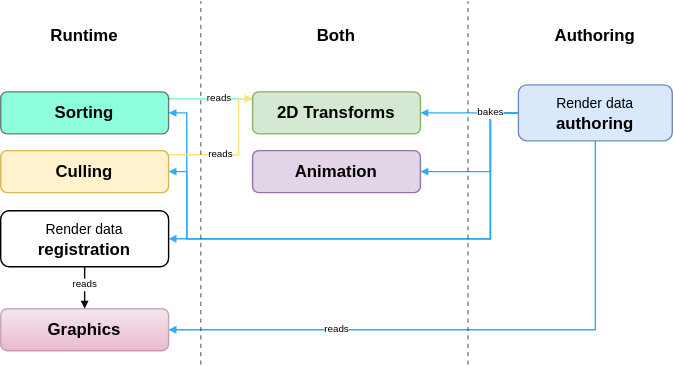
Before: About/NSprites-Foundation-Map.drawio.svg, a diagram exported from draw.io (Antoshidza/NSprites-Foundation). Source tidied: cells renumbered, new cells last; positions are measured from the earlier drawing's top-left corner, leaving out a move shared by most shapes.
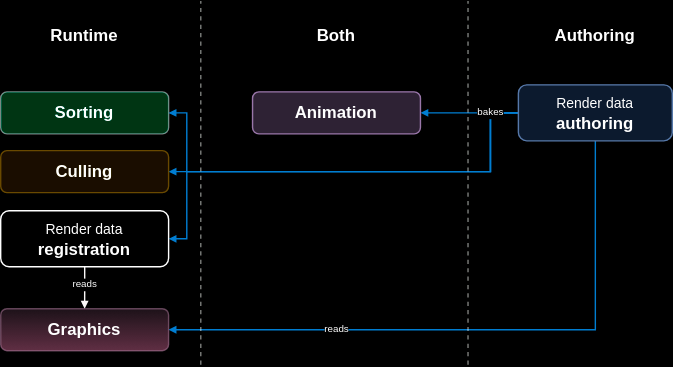
After the commit.

Change to the diagram source:
```diff
@@ -15,25 +15,17 @@
     <mxCell id="4" style="edgeStyle=orthogonalEdgeStyle;rounded=0;jettySize=auto;html=1;endArrow=block;endFill=1;endSize=3;strokeColor=#2EABFF;" parent="1" edge="1" source="10" target="20">
       <mxGeometry relative="1" as="geometry">
         <Array as="points">
-          <mxPoint x="350" y="80" />
-          <mxPoint x="350" y="122" />
+          <mxPoint x="280" y="80" />
+          <mxPoint x="280" y="80" />
         </Array>
       </mxGeometry>
     </mxCell>
-    <mxCell id="5" style="edgeStyle=orthogonalEdgeStyle;rounded=0;jettySize=auto;html=1;strokeColor=#2EABFF;endArrow=block;endFill=1;endSize=3;" parent="1" edge="1" source="10" target="21">
-      <mxGeometry relative="1" as="geometry">
-        <Array as="points">
-          <mxPoint x="340" y="80" />
-          <mxPoint x="340" y="80" />
-        </Array>
-      </mxGeometry>
-    </mxCell>
     <mxCell id="6" style="edgeStyle=orthogonalEdgeStyle;rounded=0;jettySize=auto;html=1;strokeColor=#2EABFF;endArrow=block;endFill=1;endSize=3;" parent="1" edge="1" source="10" target="16">
       <mxGeometry relative="1" as="geometry">
         <Array as="points">
           <mxPoint x="350" y="80" />
-          <mxPoint x="350" y="170" />
-          <mxPoint x="133" y="170" />
+          <mxPoint x="350" y="122" />
+          <mxPoint x="133" y="122" />
           <mxPoint x="133" y="80" />
         </Array>
       </mxGeometry>
@@ -42,9 +34,7 @@
       <mxGeometry relative="1" as="geometry">
         <Array as="points">
           <mxPoint x="350" y="80" />
-          <mxPoint x="350" y="170" />
-          <mxPoint x="133" y="170" />
-          <mxPoint x="133" y="122" />
+          <mxPoint x="350" y="122" />
         </Array>
       </mxGeometry>
     </mxCell>
@@ -52,7 +42,9 @@
       <mxGeometry relative="1" as="geometry">
         <Array as="points">
           <mxPoint x="350" y="80" />
-          <mxPoint x="350" y="170" />
+          <mxPoint x="350" y="122" />
+          <mxPoint x="133" y="122" />
+          <mxPoint x="133" y="170" />
         </Array>
       </mxGeometry>
     </mxCell>
@@ -73,44 +65,15 @@
     <mxCell id="13" value="&lt;font style=&quot;font-size: 10px;&quot;&gt;Render data &lt;/font&gt;&lt;b&gt;registration&lt;/b&gt;" style="rounded=1;whiteSpace=wrap;html=1;" parent="1" vertex="1">
       <mxGeometry y="150" width="120" height="40" as="geometry" />
     </mxCell>
-    <mxCell id="14" style="edgeStyle=orthogonalEdgeStyle;rounded=0;jettySize=auto;html=1;strokeColor=#5CFFCE;fontSize=7;endArrow=block;endFill=1;endSize=3;" parent="1" edge="1" source="16" target="21">
-      <mxGeometry relative="1" as="geometry">
-        <Array as="points">
-          <mxPoint x="150" y="70" />
-          <mxPoint x="150" y="70" />
-        </Array>
-      </mxGeometry>
-    </mxCell>
-    <mxCell id="15" value="reads" style="edgeLabel;html=1;align=center;verticalAlign=middle;fontSize=7;" parent="14" vertex="1">
-      <mxGeometry x="0.22" relative="1" as="geometry">
-        <mxPoint x="-1" as="offset" />
-      </mxGeometry>
-    </mxCell>
     <mxCell id="16" value="&lt;b&gt;Sorting&lt;/b&gt;" style="rounded=1;whiteSpace=wrap;html=1;fillColor=#1FFFBC;opacity=50;" parent="1" vertex="1">
       <mxGeometry y="65" width="120" height="30" as="geometry" />
     </mxCell>
-    <mxCell id="17" style="edgeStyle=orthogonalEdgeStyle;rounded=0;jettySize=auto;html=1;strokeColor=#FFE180;fontSize=7;endArrow=block;endFill=1;endSize=3;" parent="1" edge="1" source="19" target="21">
-      <mxGeometry relative="1" as="geometry">
-        <Array as="points">
-          <mxPoint x="170" y="110" />
-          <mxPoint x="170" y="70" />
-        </Array>
-      </mxGeometry>
-    </mxCell>
-    <mxCell id="18" value="reads" style="edgeLabel;html=1;align=center;verticalAlign=middle;fontSize=7;" parent="17" vertex="1">
-      <mxGeometry x="-0.31" relative="1" as="geometry">
-        <mxPoint x="2" as="offset" />
-      </mxGeometry>
-    </mxCell>
     <mxCell id="19" value="&lt;b&gt;Culling&lt;/b&gt;" style="rounded=1;whiteSpace=wrap;html=1;fillColor=#fff2cc;strokeColor=#d6b656;" parent="1" vertex="1">
       <mxGeometry y="107" width="120" height="30" as="geometry" />
     </mxCell>
     <mxCell id="20" value="&lt;b&gt;Animation&lt;/b&gt;" style="rounded=1;whiteSpace=wrap;html=1;fillColor=#e1d5e7;strokeColor=#9673a6;" parent="1" vertex="1">
-      <mxGeometry x="180" y="107" width="120" height="30" as="geometry" />
+      <mxGeometry x="180" y="65" width="120" height="30" as="geometry" />
     </mxCell>
-    <mxCell id="21" value="&lt;b&gt;2D Transforms&lt;/b&gt;" style="rounded=1;whiteSpace=wrap;html=1;fillColor=#d5e8d4;strokeColor=#82b366;" parent="1" vertex="1">
-      <mxGeometry x="180" y="65" width="120" height="30" as="geometry" />
-    </mxCell>
     <mxCell id="22" style="endArrow=none;dashed=1;html=1;strokeWidth=1;rounded=0;strokeColor=#030800;endSize=3;opacity=50;" parent="1" edge="1">
       <mxGeometry relative="1" as="geometry">
         <mxPoint x="143" y="260" as="sourcePoint" />
```
